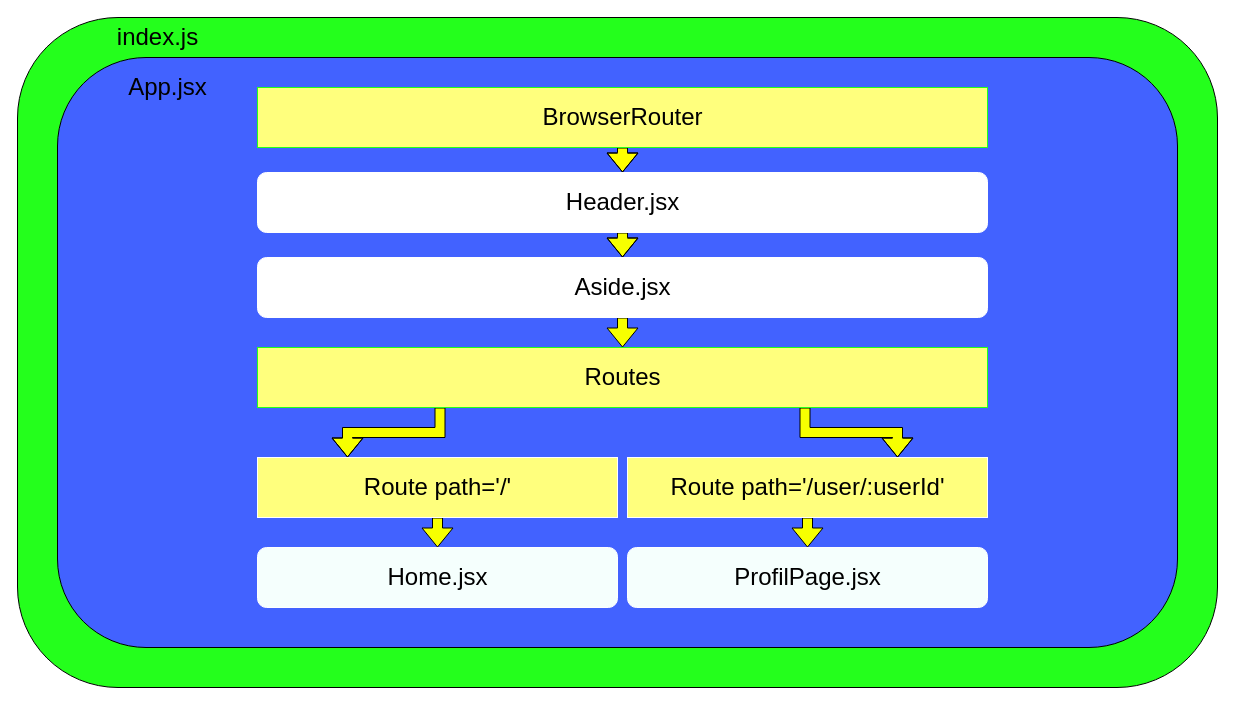
DevWeb13/GiulianoLoic_12_26022022 keeps this draw.io diagram as docs/Schema_fonctionnement_SportSee .drawio. Above is the earlier version. Source tidied: cells renumbered, new cells numbered last; positions are measured from the earlier drawing's top-left corner, leaving out a move shared by most shapes. Both pictures are drawn from the tidied source at 100%, with x=0, y=0 at pixel (17, 17).
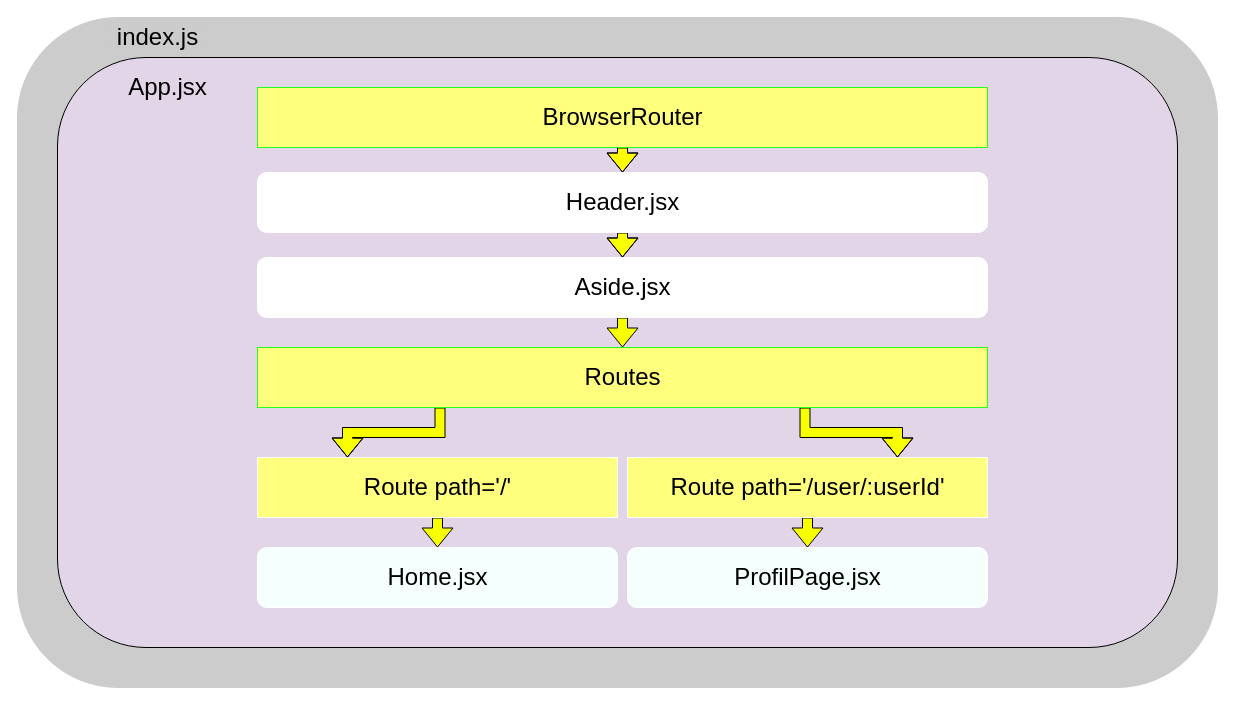
After the change.

Change to the diagram source:
```diff
@@
-    <mxCell id="2" style="rounded=1;whiteSpace=wrap;html=1;fillColor=#24FF1C;" parent="1" vertex="1">
+    <mxCell id="2" style="rounded=1;whiteSpace=wrap;html=1;fillColor=#CCCCCC;strokeColor=#CCCCCC;" parent="1" vertex="1">
       <mxGeometry width="1200" height="670" as="geometry" />
     </mxCell>
-    <mxCell id="3" value="&lt;font style=&quot;font-size: 24px&quot;&gt;index.js&lt;/font&gt;" style="text;html=1;align=center;verticalAlign=middle;strokeColor=#24FF1C;fillColor=#24FF1C;fontSize=12;fontFamily=Helvetica;fontColor=default;" parent="1" vertex="1">
+    <mxCell id="3" value="&lt;font style=&quot;font-size: 24px&quot;&gt;index.js&lt;/font&gt;" style="text;html=1;align=center;verticalAlign=middle;strokeColor=none;fillColor=#CCCCCC;fontSize=12;fontFamily=Helvetica;fontColor=default;" parent="1" vertex="1">
       <mxGeometry x="90" y="10" width="100" height="20" as="geometry" />
     </mxCell>
-    <mxCell id="4" style="rounded=1;whiteSpace=wrap;html=1;fontFamily=Helvetica;fontSize=24;fontColor=default;strokeColor=default;fillColor=#4262FF;" parent="1" vertex="1">
+    <mxCell id="4" style="rounded=1;whiteSpace=wrap;html=1;fontFamily=Helvetica;fontSize=24;fontColor=default;strokeColor=default;fillColor=#E1D5E7;" parent="1" vertex="1">
       <mxGeometry x="40" y="40" width="1120" height="590" as="geometry" />
     </mxCell>
```
